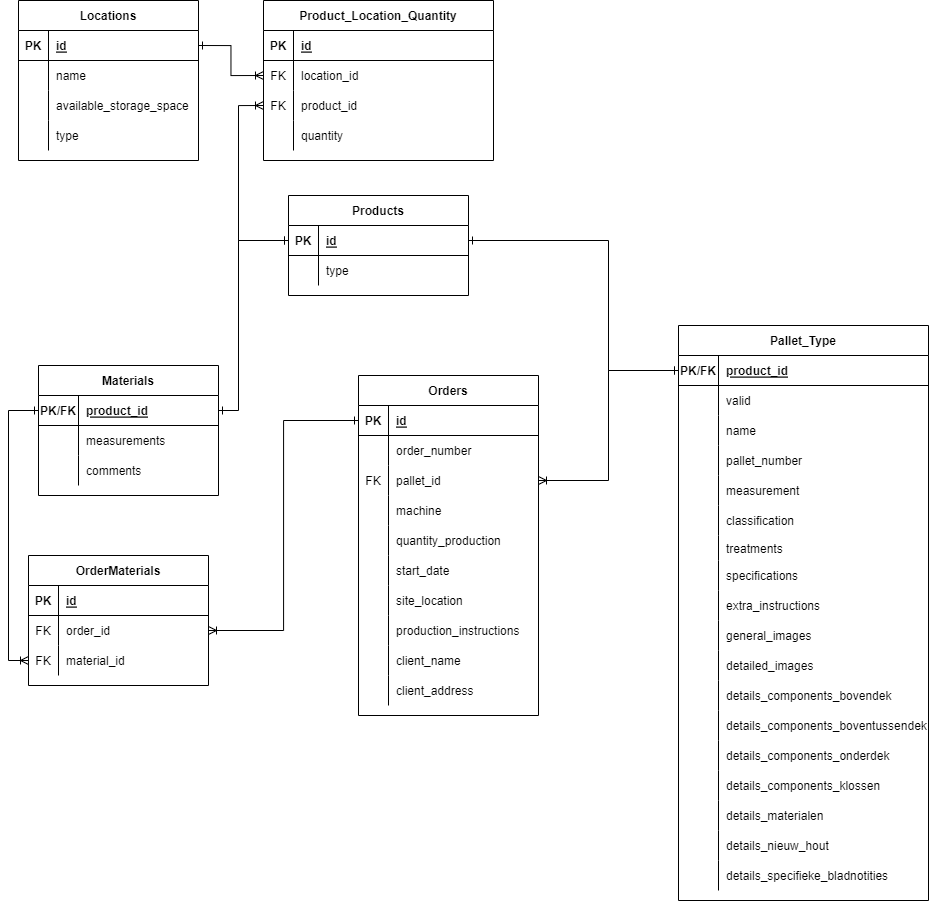
This is Documentation/09 ERD/ERP ERD.drawio.png from Zaelsus/den-doelder-project, a draw.io export, as it was before one commit. Source tidied: cells renumbered, new cells last; positions are measured from the earlier drawing's top-left corner, leaving out a move shared by most shapes.
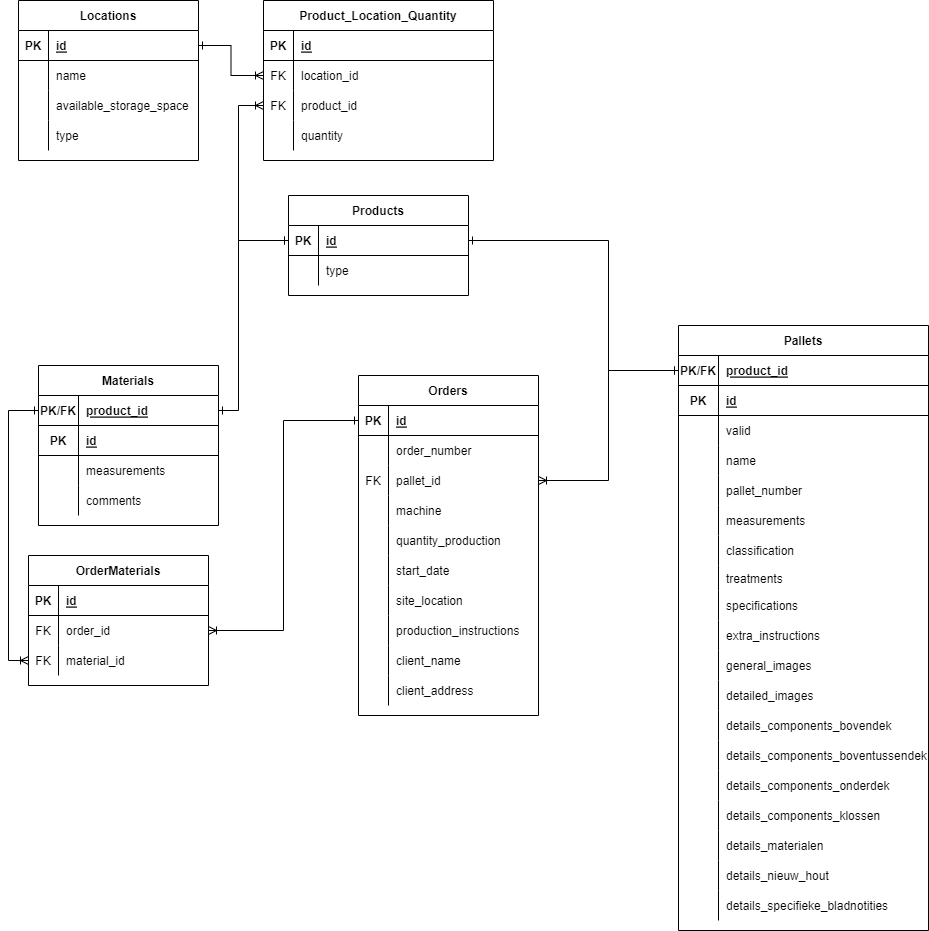
The same file after the commit.

Diff of the diagram source:
```diff
@@ -41,8 +41,8 @@
     <mxCell id="14" value="type " style="shape=partialRectangle;fillColor=none;top=0;left=0;bottom=0;right=0;align=left;spacingLeft=6;overflow=hidden;" parent="12" vertex="1">
       <mxGeometry x="30" width="150" height="30" as="geometry" />
     </mxCell>
-    <mxCell id="15" value="Pallet_Type" style="shape=table;startSize=30;rowLines=0;fontStyle=1;align=center;" parent="1" vertex="1">
-      <mxGeometry x="660" y="325" width="250" height="575" as="geometry" />
+    <mxCell id="15" value="Pallets" style="shape=table;startSize=30;rowLines=0;fontStyle=1;align=center;" parent="1" vertex="1">
+      <mxGeometry x="660" y="325" width="250" height="605" as="geometry" />
     </mxCell>
     <mxCell id="16" style="shape=tableRow;horizontal=0;startSize=0;swimlaneHead=0;swimlaneBody=0;fillColor=none;points=[[0,0.5],[1,0.5]];portConstraint=eastwest;top=0;left=0;right=0;bottom=1;" parent="15" vertex="1">
       <mxGeometry y="30" width="250" height="30" as="geometry" />
@@ -53,8 +53,17 @@
     <mxCell id="18" value="product_id" style="shape=partialRectangle;fillColor=none;top=0;left=0;bottom=0;right=0;align=left;spacingLeft=6;fontStyle=5;overflow=hidden;" parent="16" vertex="1">
       <mxGeometry x="40" width="210" height="30" as="geometry" />
     </mxCell>
+    <mxCell id="148" style="shape=tableRow;horizontal=0;startSize=0;swimlaneHead=0;swimlaneBody=0;fillColor=none;top=0;left=0;right=0;bottom=1;" parent="15" vertex="1">
+      <mxGeometry y="60" width="250" height="30" as="geometry" />
+    </mxCell>
+    <mxCell id="149" value="PK" style="shape=partialRectangle;fillColor=none;top=0;left=0;bottom=0;right=0;fontStyle=1;overflow=hidden;" parent="148" vertex="1">
+      <mxGeometry width="40" height="30" as="geometry" />
+    </mxCell>
+    <mxCell id="150" value="id" style="shape=partialRectangle;fillColor=none;top=0;left=0;bottom=0;right=0;align=left;spacingLeft=6;fontStyle=5;overflow=hidden;" parent="148" vertex="1">
+      <mxGeometry x="40" width="210" height="30" as="geometry" />
+    </mxCell>
     <mxCell id="19" style="shape=tableRow;horizontal=0;startSize=0;swimlaneHead=0;swimlaneBody=0;fillColor=none;top=0;left=0;right=0;bottom=0;" parent="15" vertex="1">
-      <mxGeometry y="60" width="250" height="30" as="geometry" />
+      <mxGeometry y="90" width="250" height="30" as="geometry" />
     </mxCell>
     <mxCell id="20" style="shape=partialRectangle;fillColor=none;top=0;left=0;bottom=0;right=0;overflow=hidden;" parent="19" vertex="1">
       <mxGeometry width="40" height="30" as="geometry" />
@@ -63,7 +72,7 @@
       <mxGeometry x="40" width="210" height="30" as="geometry" />
     </mxCell>
     <mxCell id="22" style="shape=tableRow;horizontal=0;startSize=0;swimlaneHead=0;swimlaneBody=0;fillColor=none;top=0;left=0;right=0;bottom=0;" parent="15" vertex="1">
-      <mxGeometry y="90" width="250" height="30" as="geometry" />
+      <mxGeometry y="120" width="250" height="30" as="geometry" />
     </mxCell>
     <mxCell id="23" style="shape=partialRectangle;fillColor=none;top=0;left=0;bottom=0;right=0;overflow=hidden;" parent="22" vertex="1">
       <mxGeometry width="40" height="30" as="geometry" />
@@ -72,7 +81,7 @@
       <mxGeometry x="40" width="210" height="30" as="geometry" />
     </mxCell>
     <mxCell id="25" style="shape=tableRow;horizontal=0;startSize=0;swimlaneHead=0;swimlaneBody=0;fillColor=none;top=0;left=0;right=0;bottom=0;" parent="15" vertex="1">
-      <mxGeometry y="120" width="250" height="30" as="geometry" />
+      <mxGeometry y="150" width="250" height="30" as="geometry" />
     </mxCell>
     <mxCell id="26" style="shape=partialRectangle;fillColor=none;top=0;left=0;bottom=0;right=0;overflow=hidden;" parent="25" vertex="1">
       <mxGeometry width="40" height="30" as="geometry" />
@@ -81,16 +90,16 @@
       <mxGeometry x="40" width="210" height="30" as="geometry" />
     </mxCell>
     <mxCell id="28" style="shape=tableRow;horizontal=0;startSize=0;swimlaneHead=0;swimlaneBody=0;fillColor=none;top=0;left=0;right=0;bottom=0;" parent="15" vertex="1">
-      <mxGeometry y="150" width="250" height="30" as="geometry" />
+      <mxGeometry y="180" width="250" height="30" as="geometry" />
     </mxCell>
     <mxCell id="29" style="shape=partialRectangle;fillColor=none;top=0;left=0;bottom=0;right=0;overflow=hidden;" parent="28" vertex="1">
       <mxGeometry width="40" height="30" as="geometry" />
     </mxCell>
-    <mxCell id="30" value="measurement" style="shape=partialRectangle;fillColor=none;top=0;left=0;bottom=0;right=0;align=left;spacingLeft=6;overflow=hidden;" parent="28" vertex="1">
+    <mxCell id="30" value="measurements" style="shape=partialRectangle;fillColor=none;top=0;left=0;bottom=0;right=0;align=left;spacingLeft=6;overflow=hidden;" parent="28" vertex="1">
       <mxGeometry x="40" width="210" height="30" as="geometry" />
     </mxCell>
     <mxCell id="31" style="shape=tableRow;horizontal=0;startSize=0;swimlaneHead=0;swimlaneBody=0;fillColor=none;top=0;left=0;right=0;bottom=0;" parent="15" vertex="1">
-      <mxGeometry y="180" width="250" height="30" as="geometry" />
+      <mxGeometry y="210" width="250" height="30" as="geometry" />
     </mxCell>
     <mxCell id="32" style="shape=partialRectangle;fillColor=none;top=0;left=0;bottom=0;right=0;overflow=hidden;" parent="31" vertex="1">
       <mxGeometry width="40" height="30" as="geometry" />
@@ -99,7 +108,7 @@
       <mxGeometry x="40" width="210" height="30" as="geometry" />
     </mxCell>
     <mxCell id="34" style="shape=tableRow;horizontal=0;startSize=0;swimlaneHead=0;swimlaneBody=0;fillColor=none;top=0;left=0;right=0;bottom=0;" parent="15" vertex="1">
-      <mxGeometry y="210" width="250" height="25" as="geometry" />
+      <mxGeometry y="240" width="250" height="25" as="geometry" />
     </mxCell>
     <mxCell id="35" style="shape=partialRectangle;fillColor=none;top=0;left=0;bottom=0;right=0;overflow=hidden;" parent="34" vertex="1">
       <mxGeometry width="40" height="25" as="geometry" />
@@ -108,7 +117,7 @@
       <mxGeometry x="40" width="210" height="25" as="geometry" />
     </mxCell>
     <mxCell id="37" style="shape=tableRow;horizontal=0;startSize=0;swimlaneHead=0;swimlaneBody=0;fillColor=none;top=0;left=0;right=0;bottom=0;" parent="15" vertex="1">
-      <mxGeometry y="235" width="250" height="30" as="geometry" />
+      <mxGeometry y="265" width="250" height="30" as="geometry" />
     </mxCell>
     <mxCell id="38" style="shape=partialRectangle;fillColor=none;top=0;left=0;bottom=0;right=0;overflow=hidden;" parent="37" vertex="1">
       <mxGeometry width="40" height="30" as="geometry" />
@@ -117,7 +126,7 @@
       <mxGeometry x="40" width="210" height="30" as="geometry" />
     </mxCell>
     <mxCell id="40" style="shape=tableRow;horizontal=0;startSize=0;swimlaneHead=0;swimlaneBody=0;fillColor=none;top=0;left=0;right=0;bottom=0;" parent="15" vertex="1">
-      <mxGeometry y="265" width="250" height="30" as="geometry" />
+      <mxGeometry y="295" width="250" height="30" as="geometry" />
     </mxCell>
     <mxCell id="41" style="shape=partialRectangle;fillColor=none;top=0;left=0;bottom=0;right=0;overflow=hidden;" parent="40" vertex="1">
       <mxGeometry width="40" height="30" as="geometry" />
@@ -126,7 +135,7 @@
       <mxGeometry x="40" width="210" height="30" as="geometry" />
     </mxCell>
     <mxCell id="43" style="shape=tableRow;horizontal=0;startSize=0;swimlaneHead=0;swimlaneBody=0;fillColor=none;top=0;left=0;right=0;bottom=0;" parent="15" vertex="1">
-      <mxGeometry y="295" width="250" height="30" as="geometry" />
+      <mxGeometry y="325" width="250" height="30" as="geometry" />
     </mxCell>
     <mxCell id="44" style="shape=partialRectangle;fillColor=none;top=0;left=0;bottom=0;right=0;overflow=hidden;" parent="43" vertex="1">
       <mxGeometry width="40" height="30" as="geometry" />
@@ -135,7 +144,7 @@
       <mxGeometry x="40" width="210" height="30" as="geometry" />
     </mxCell>
     <mxCell id="46" style="shape=tableRow;horizontal=0;startSize=0;swimlaneHead=0;swimlaneBody=0;fillColor=none;top=0;left=0;right=0;bottom=0;" parent="15" vertex="1">
-      <mxGeometry y="325" width="250" height="30" as="geometry" />
+      <mxGeometry y="355" width="250" height="30" as="geometry" />
     </mxCell>
     <mxCell id="47" style="shape=partialRectangle;fillColor=none;top=0;left=0;bottom=0;right=0;overflow=hidden;" parent="46" vertex="1">
       <mxGeometry width="40" height="30" as="geometry" />
@@ -144,7 +153,7 @@
       <mxGeometry x="40" width="210" height="30" as="geometry" />
     </mxCell>
     <mxCell id="49" style="shape=tableRow;horizontal=0;startSize=0;swimlaneHead=0;swimlaneBody=0;fillColor=none;top=0;left=0;right=0;bottom=0;" parent="15" vertex="1">
-      <mxGeometry y="355" width="250" height="30" as="geometry" />
+      <mxGeometry y="385" width="250" height="30" as="geometry" />
     </mxCell>
     <mxCell id="50" style="shape=partialRectangle;fillColor=none;top=0;left=0;bottom=0;right=0;overflow=hidden;" parent="49" vertex="1">
       <mxGeometry width="40" height="30" as="geometry" />
@@ -153,7 +162,7 @@
       <mxGeometry x="40" width="210" height="30" as="geometry" />
     </mxCell>
     <mxCell id="52" style="shape=tableRow;horizontal=0;startSize=0;swimlaneHead=0;swimlaneBody=0;fillColor=none;top=0;left=0;right=0;bottom=0;" parent="15" vertex="1">
-      <mxGeometry y="385" width="250" height="30" as="geometry" />
+      <mxGeometry y="415" width="250" height="30" as="geometry" />
     </mxCell>
     <mxCell id="53" style="shape=partialRectangle;fillColor=none;top=0;left=0;bottom=0;right=0;overflow=hidden;" parent="52" vertex="1">
       <mxGeometry width="40" height="30" as="geometry" />
@@ -162,7 +171,7 @@
       <mxGeometry x="40" width="210" height="30" as="geometry" />
     </mxCell>
     <mxCell id="55" style="shape=tableRow;horizontal=0;startSize=0;swimlaneHead=0;swimlaneBody=0;fillColor=none;top=0;left=0;right=0;bottom=0;" parent="15" vertex="1">
-      <mxGeometry y="415" width="250" height="30" as="geometry" />
+      <mxGeometry y="445" width="250" height="30" as="geometry" />
     </mxCell>
     <mxCell id="56" style="shape=partialRectangle;fillColor=none;top=0;left=0;bottom=0;right=0;overflow=hidden;" parent="55" vertex="1">
       <mxGeometry width="40" height="30" as="geometry" />
@@ -171,7 +180,7 @@
       <mxGeometry x="40" width="210" height="30" as="geometry" />
     </mxCell>
     <mxCell id="58" style="shape=tableRow;horizontal=0;startSize=0;swimlaneHead=0;swimlaneBody=0;fillColor=none;top=0;left=0;right=0;bottom=0;" parent="15" vertex="1">
-      <mxGeometry y="445" width="250" height="30" as="geometry" />
+      <mxGeometry y="475" width="250" height="30" as="geometry" />
     </mxCell>
     <mxCell id="59" style="shape=partialRectangle;fillColor=none;top=0;left=0;bottom=0;right=0;overflow=hidden;" parent="58" vertex="1">
       <mxGeometry width="40" height="30" as="geometry" />
@@ -180,7 +189,7 @@
       <mxGeometry x="40" width="210" height="30" as="geometry" />
     </mxCell>
     <mxCell id="61" style="shape=tableRow;horizontal=0;startSize=0;swimlaneHead=0;swimlaneBody=0;fillColor=none;top=0;left=0;right=0;bottom=0;" parent="15" vertex="1">
-      <mxGeometry y="475" width="250" height="30" as="geometry" />
+      <mxGeometry y="505" width="250" height="30" as="geometry" />
     </mxCell>
     <mxCell id="62" style="shape=partialRectangle;fillColor=none;top=0;left=0;bottom=0;right=0;overflow=hidden;" parent="61" vertex="1">
       <mxGeometry width="40" height="30" as="geometry" />
@@ -189,7 +198,7 @@
       <mxGeometry x="40" width="210" height="30" as="geometry" />
     </mxCell>
     <mxCell id="64" style="shape=tableRow;horizontal=0;startSize=0;swimlaneHead=0;swimlaneBody=0;fillColor=none;top=0;left=0;right=0;bottom=0;" parent="15" vertex="1">
-      <mxGeometry y="505" width="250" height="30" as="geometry" />
+      <mxGeometry y="535" width="250" height="30" as="geometry" />
     </mxCell>
     <mxCell id="65" style="shape=partialRectangle;fillColor=none;top=0;left=0;bottom=0;right=0;overflow=hidden;" parent="64" vertex="1">
       <mxGeometry width="40" height="30" as="geometry" />
@@ -198,7 +207,7 @@
       <mxGeometry x="40" width="210" height="30" as="geometry" />
     </mxCell>
     <mxCell id="67" style="shape=tableRow;horizontal=0;startSize=0;swimlaneHead=0;swimlaneBody=0;fillColor=none;top=0;left=0;right=0;bottom=0;" parent="15" vertex="1">
-      <mxGeometry y="535" width="250" height="30" as="geometry" />
+      <mxGeometry y="565" width="250" height="30" as="geometry" />
     </mxCell>
     <mxCell id="68" style="shape=partialRectangle;fillColor=none;top=0;left=0;bottom=0;right=0;overflow=hidden;" parent="67" vertex="1">
       <mxGeometry width="40" height="30" as="geometry" />
@@ -342,7 +351,7 @@
       <mxGeometry x="30" width="150" height="30" as="geometry" />
     </mxCell>
     <mxCell id="115" value="Materials" style="shape=table;startSize=30;rowLines=0;fontStyle=1;align=center;" parent="1" vertex="1">
-      <mxGeometry x="20" y="365" width="180" height="130" as="geometry" />
+      <mxGeometry x="20" y="365" width="180" height="160" as="geometry" />
     </mxCell>
     <mxCell id="116" style="shape=tableRow;horizontal=0;startSize=0;swimlaneHead=0;swimlaneBody=0;fillColor=none;points=[[0,0.5],[1,0.5]];portConstraint=eastwest;top=0;left=0;right=0;bottom=1;" parent="115" vertex="1">
       <mxGeometry y="30" width="180" height="30" as="geometry" />
@@ -353,8 +362,17 @@
     <mxCell id="118" value="product_id" style="shape=partialRectangle;fillColor=none;top=0;left=0;bottom=0;right=0;align=left;spacingLeft=6;fontStyle=5;overflow=hidden;" parent="116" vertex="1">
       <mxGeometry x="40" width="140" height="30" as="geometry" />
     </mxCell>
+    <mxCell id="151" style="shape=tableRow;horizontal=0;startSize=0;swimlaneHead=0;swimlaneBody=0;fillColor=none;top=0;left=0;right=0;bottom=1;" parent="115" vertex="1">
+      <mxGeometry y="60" width="180" height="30" as="geometry" />
+    </mxCell>
+    <mxCell id="152" value="PK" style="shape=partialRectangle;fillColor=none;top=0;left=0;bottom=0;right=0;fontStyle=1;overflow=hidden;" parent="151" vertex="1">
+      <mxGeometry width="40" height="30" as="geometry" />
+    </mxCell>
+    <mxCell id="153" value="id" style="shape=partialRectangle;fillColor=none;top=0;left=0;bottom=0;right=0;align=left;spacingLeft=6;fontStyle=5;overflow=hidden;" parent="151" vertex="1">
+      <mxGeometry x="40" width="140" height="30" as="geometry" />
+    </mxCell>
     <mxCell id="119" style="shape=tableRow;horizontal=0;startSize=0;swimlaneHead=0;swimlaneBody=0;fillColor=none;top=0;left=0;right=0;bottom=0;" parent="115" vertex="1">
-      <mxGeometry y="60" width="180" height="30" as="geometry" />
+      <mxGeometry y="90" width="180" height="30" as="geometry" />
     </mxCell>
     <mxCell id="120" style="shape=partialRectangle;fillColor=none;top=0;left=0;bottom=0;right=0;overflow=hidden;" parent="119" vertex="1">
       <mxGeometry width="40" height="30" as="geometry" />
@@ -363,7 +381,7 @@
       <mxGeometry x="40" width="140" height="30" as="geometry" />
     </mxCell>
     <mxCell id="122" style="shape=tableRow;horizontal=0;startSize=0;swimlaneHead=0;swimlaneBody=0;fillColor=none;top=0;left=0;right=0;bottom=0;" parent="115" vertex="1">
-      <mxGeometry y="90" width="180" height="30" as="geometry" />
+      <mxGeometry y="120" width="180" height="30" as="geometry" />
     </mxCell>
     <mxCell id="123" style="shape=partialRectangle;fillColor=none;top=0;left=0;bottom=0;right=0;overflow=hidden;" parent="122" vertex="1">
       <mxGeometry width="40" height="30" as="geometry" />
```
